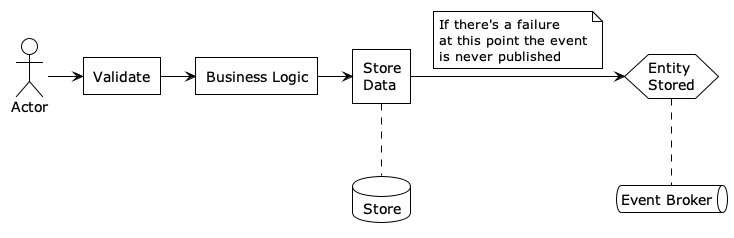
Earlier version of the PlantUML export assets/img/2022-02-10-dual-writes-problem-in-eda/dual-write-problem.png (scalvetr/scalvetr.github.io). Source of this version:
```plantuml
@startuml
!theme plain

actor actor as "Actor"
rectangle validate as "Validate"
rectangle business_logic as "Business Logic"
rectangle store_data as "Store\nData"
database store as "Store"
hexagon entity_stored as "Entity\nStored"
queue event_broker as "Event Broker"

actor -> validate
validate -> business_logic
business_logic -> store_data
store_data .. store
store_data -> entity_stored
note on link
  If there's a failure
  at this point the event
  is never published
end note
entity_stored .. event_broker



@enduml
```
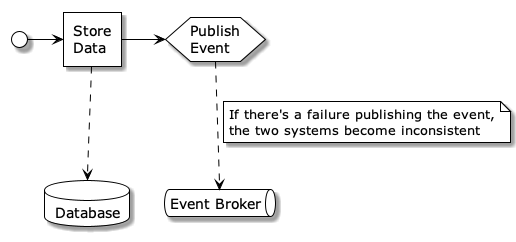
The same file after the commit.

Commit message:
2022-02-10-dual-writes-problem-in-eda

The edit, as a diff of the source:
```diff
@@ -1,26 +1,35 @@
 @startuml
 !theme plain
 
-actor actor as "Actor"
-rectangle validate as "Validate"
-rectangle business_logic as "Business Logic"
+hide stereotype
+
+
+skinparam {
+    shadowing true
+}
+
+skinparam rectangle<<tx>> {
+    roundCorner 25
+    borderColor #A03030
+}
+skinparam note {
+
+    borderColor #A03030
+}
+() start as " "
 rectangle store_data as "Store\nData"
-database store as "Store"
-hexagon entity_stored as "Entity\nStored"
+database store as "Database"
+hexagon publish_event as "Publish\nEvent"
 queue event_broker as "Event Broker"
 
-actor -> validate
-validate -> business_logic
-business_logic -> store_data
-store_data .. store
-store_data -> entity_stored
-note on link
-  If there's a failure
-  at this point the event
-  is never published
+start -> store_data
+store_data ..> store
+store_data -> publish_event
+publish_event ..> event_broker
+note right on link
+  If there's a failure publishing the event,
+  the two systems become inconsistent
 end note
-entity_stored .. event_broker
-
 
 
 @enduml
```
